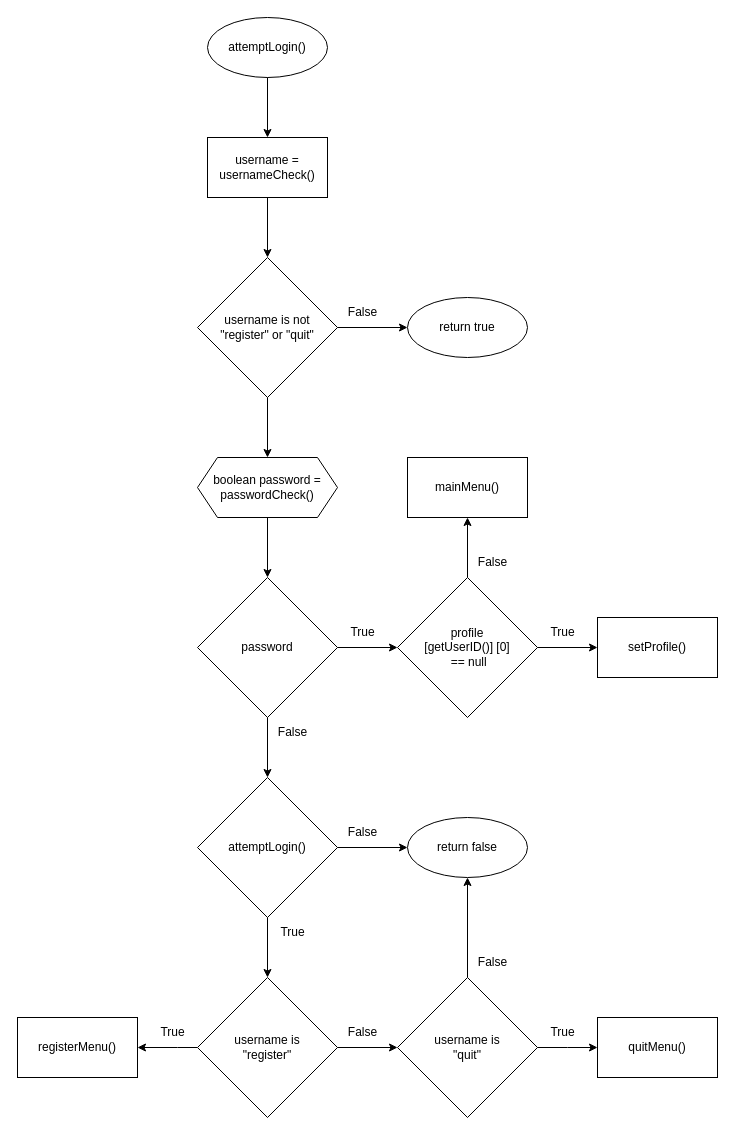
G4CENeiz/Final-Project keeps this draw.io diagram as page "attemptLogin" (5 of 28) of Daspro/smt 1/Flowchart/Alternate.drawio. Above is the earlier version. Source tidied: cells renumbered, new cells numbered last; positions are measured from the earlier drawing's top-left corner, leaving out a move shared by most shapes. Both pictures are drawn from the tidied source at 100%, with x=0, y=0 at pixel (17, 17).
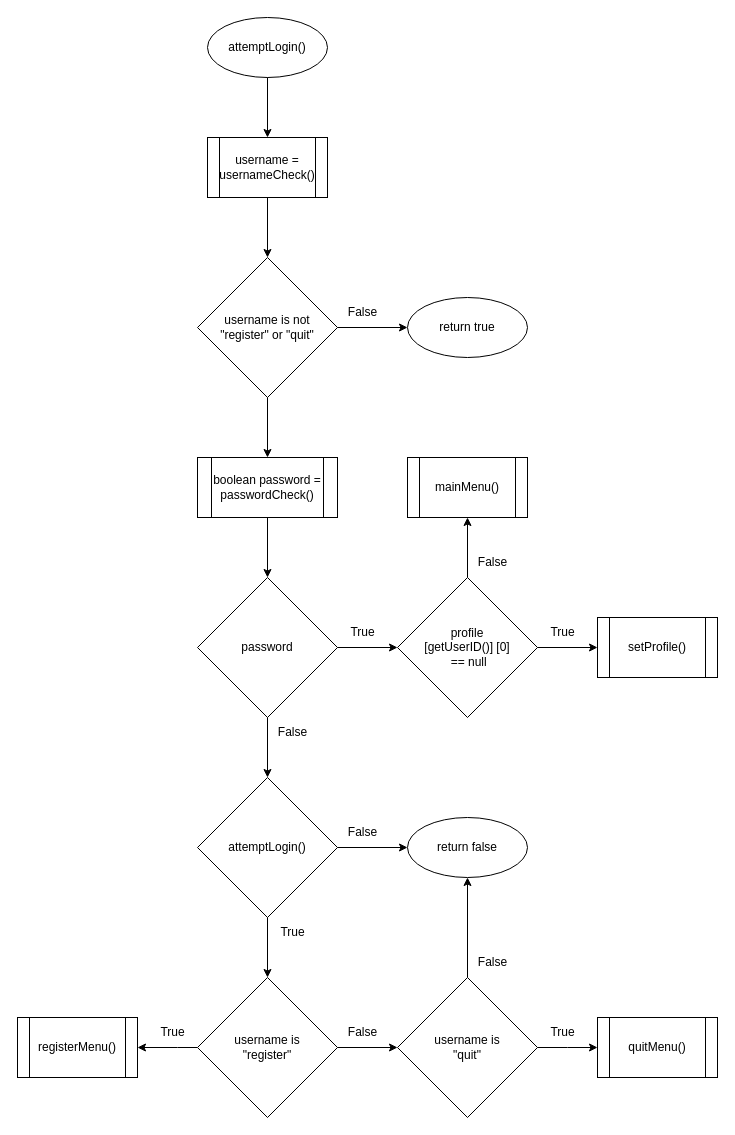
After the change.

The change refers to these unchanged cells:
```xml
<mxCell id="2" style="group;" parent="1" vertex="1">
  <mxGeometry width="700" height="1100" as="geometry" />
</mxCell>
```

Change to the diagram source:
```diff
@@
-    <mxCell id="3" value="registerMenu()" style="rounded=0;whiteSpace=wrap;html=1;" parent="2" vertex="1">
+    <mxCell id="3" value="registerMenu()" style="shape=process;whiteSpace=wrap;html=1;backgroundOutline=1;fontFamily=Helvetica;fontSize=12;fontColor=default;align=center;strokeColor=default;fillColor=default;" parent="2" vertex="1">
       <mxGeometry y="1000" width="120" height="60" as="geometry" />
     </mxCell>
@@
-    <mxCell id="8" value="username = usernameCheck()" style="rounded=0;whiteSpace=wrap;html=1;" parent="2" vertex="1">
+    <mxCell id="8" value="username = usernameCheck()" style="shape=process;whiteSpace=wrap;html=1;backgroundOutline=1;fontFamily=Helvetica;fontSize=12;fontColor=default;align=center;strokeColor=default;fillColor=default;" parent="2" vertex="1">
       <mxGeometry x="190" y="120" width="120" height="60" as="geometry" />
     </mxCell>
@@
-    <mxCell id="10" value="boolean password = passwordCheck()" style="shape=hexagon;perimeter=hexagonPerimeter2;whiteSpace=wrap;html=1;fixedSize=1;" parent="2" vertex="1">
+    <mxCell id="10" value="boolean password = passwordCheck()" style="shape=process;whiteSpace=wrap;html=1;backgroundOutline=1;fontFamily=Helvetica;fontSize=12;fontColor=default;align=center;strokeColor=default;fillColor=default;" parent="2" vertex="1">
       <mxGeometry x="180" y="440" width="140" height="60" as="geometry" />
     </mxCell>
@@
-    <mxCell id="16" value="setProfile()" style="rounded=0;whiteSpace=wrap;html=1;" parent="2" vertex="1">
+    <mxCell id="16" value="setProfile()" style="shape=process;whiteSpace=wrap;html=1;backgroundOutline=1;fontFamily=Helvetica;fontSize=12;fontColor=default;align=center;strokeColor=default;fillColor=default;" parent="2" vertex="1">
       <mxGeometry x="580" y="600" width="120" height="60" as="geometry" />
     </mxCell>
@@
-    <mxCell id="18" value="mainMenu()" style="rounded=0;whiteSpace=wrap;html=1;" parent="2" vertex="1">
+    <mxCell id="18" value="mainMenu()" style="shape=process;whiteSpace=wrap;html=1;backgroundOutline=1;fontFamily=Helvetica;fontSize=12;fontColor=default;align=center;strokeColor=default;fillColor=default;" parent="2" vertex="1">
       <mxGeometry x="390" y="440" width="120" height="60" as="geometry" />
     </mxCell>
@@
-    <mxCell id="26" value="quitMenu()" style="rounded=0;whiteSpace=wrap;html=1;" parent="2" vertex="1">
+    <mxCell id="26" value="quitMenu()" style="shape=process;whiteSpace=wrap;html=1;backgroundOutline=1;fontFamily=Helvetica;fontSize=12;fontColor=default;align=center;strokeColor=default;fillColor=default;" parent="2" vertex="1">
       <mxGeometry x="580" y="1000" width="120" height="60" as="geometry" />
     </mxCell>
```
